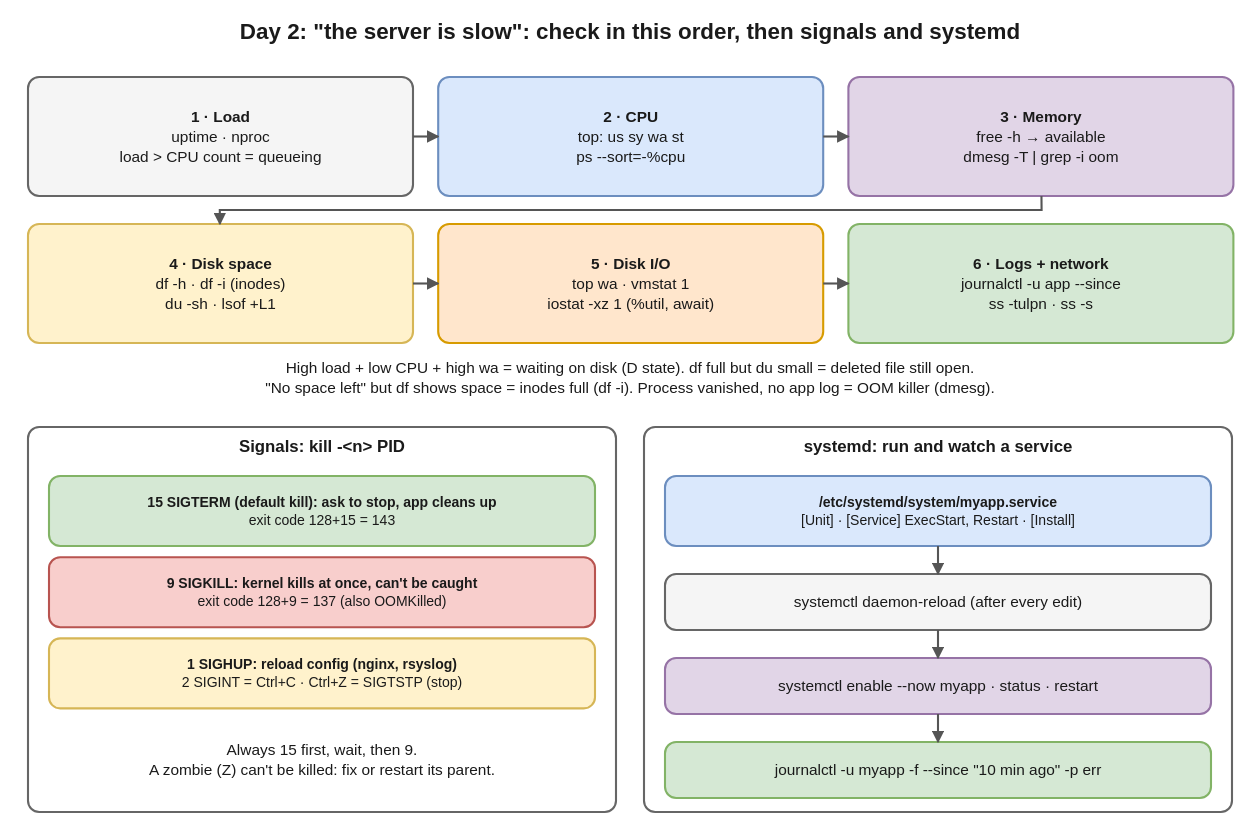
The draw.io diagram interview-prep/interviews/preparation/15-day-plan/diagrams/d2-slow-server-triage.drawio.svg in suraj9741/interview, before a commit. Source tidied: cells renumbered, new cells last; positions are measured from the earlier drawing's top-left corner, leaving out a move shared by most shapes.
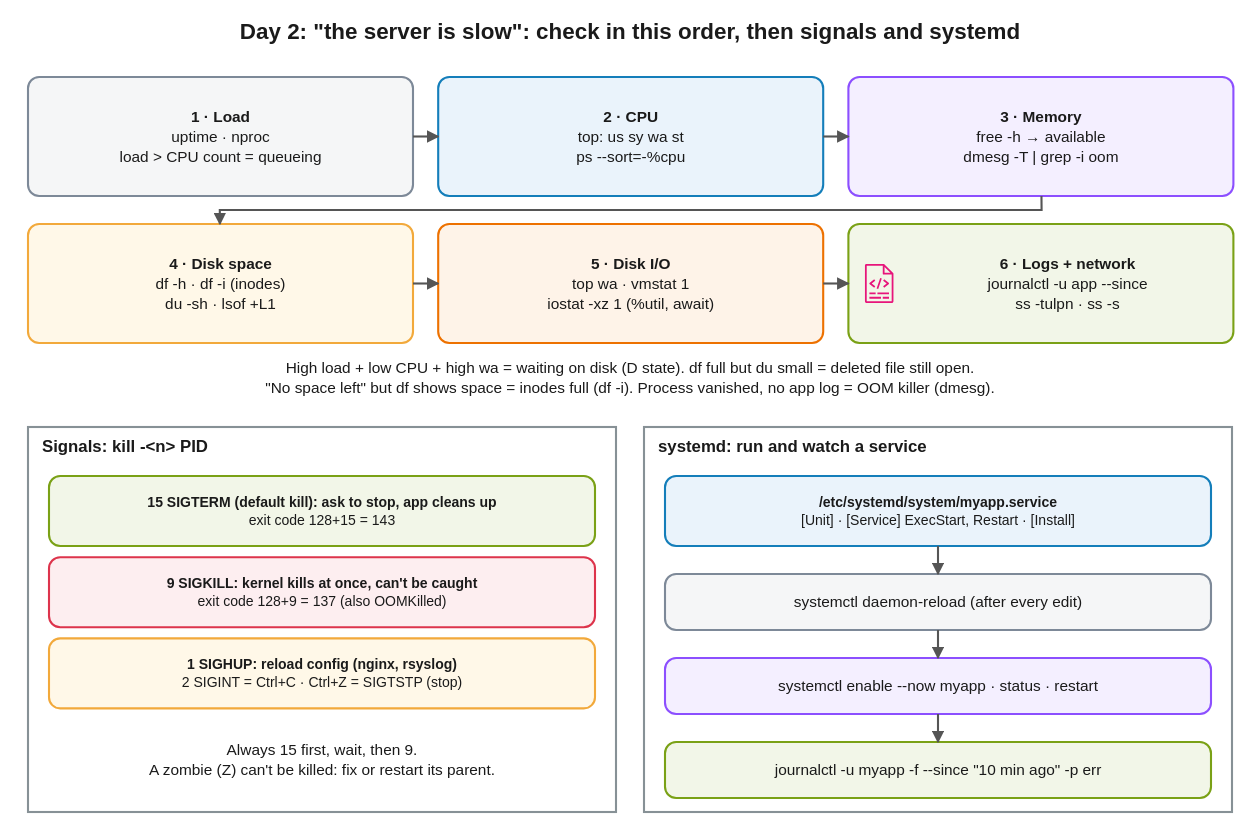
The same file after the commit.

Change to the diagram source:
```diff
@@ -5,55 +5,58 @@
     <mxCell id="2" value="Day 2: &quot;the server is slow&quot;: check in this order, then signals and systemd" style="text;strokeColor=none;fillColor=none;whiteSpace=wrap;html=1;fontSize=16;fontColor=#1a1a1a;fontFamily=Helvetica;align=center;verticalAlign=middle;fontStyle=1;" parent="1" vertex="1">
       <mxGeometry width="900" height="28" as="geometry" />
     </mxCell>
-    <mxCell id="3" value="&lt;b&gt;1 · Load&lt;/b&gt;&lt;br&gt;uptime · nproc&lt;br&gt;load &amp;gt; CPU count = queueing" style="rounded=1;absoluteArcSize=1;arcSize=16;fillColor=#f5f5f5;strokeColor=#666666;strokeWidth=1.5;whiteSpace=wrap;html=1;fontSize=11;fontColor=#1a1a1a;fontFamily=Helvetica;align=center;verticalAlign=middle;" parent="1" vertex="1">
+    <mxCell id="3" value="&lt;b&gt;1 · Load&lt;/b&gt;&lt;br&gt;uptime · nproc&lt;br&gt;load &amp;gt; CPU count = queueing" style="rounded=1;absoluteArcSize=1;arcSize=16;fillColor=#F5F6F7;strokeColor=#7D8998;strokeWidth=1.5;whiteSpace=wrap;html=1;fontSize=11;fontColor=#1a1a1a;fontFamily=Helvetica;align=center;verticalAlign=middle;" parent="1" vertex="1">
       <mxGeometry x="20" y="47" width="275" height="85" as="geometry" />
     </mxCell>
-    <mxCell id="4" value="&lt;b&gt;2 · CPU&lt;/b&gt;&lt;br&gt;top: us sy wa st&lt;br&gt;ps --sort=-%cpu" style="rounded=1;absoluteArcSize=1;arcSize=16;fillColor=#dae8fc;strokeColor=#6c8ebf;strokeWidth=1.5;whiteSpace=wrap;html=1;fontSize=11;fontColor=#1a1a1a;fontFamily=Helvetica;align=center;verticalAlign=middle;" parent="1" vertex="1">
+    <mxCell id="4" value="&lt;b&gt;2 · CPU&lt;/b&gt;&lt;br&gt;top: us sy wa st&lt;br&gt;ps --sort=-%cpu" style="rounded=1;absoluteArcSize=1;arcSize=16;fillColor=#EAF3FB;strokeColor=#147EBA;strokeWidth=1.5;whiteSpace=wrap;html=1;fontSize=11;fontColor=#1a1a1a;fontFamily=Helvetica;align=center;verticalAlign=middle;" parent="1" vertex="1">
       <mxGeometry x="313" y="47" width="275" height="85" as="geometry" />
     </mxCell>
-    <mxCell id="5" value="&lt;b&gt;3 · Memory&lt;/b&gt;&lt;br&gt;free -h → available&lt;br&gt;dmesg -T | grep -i oom" style="rounded=1;absoluteArcSize=1;arcSize=16;fillColor=#e1d5e7;strokeColor=#9673a6;strokeWidth=1.5;whiteSpace=wrap;html=1;fontSize=11;fontColor=#1a1a1a;fontFamily=Helvetica;align=center;verticalAlign=middle;" parent="1" vertex="1">
+    <mxCell id="5" value="&lt;b&gt;3 · Memory&lt;/b&gt;&lt;br&gt;free -h → available&lt;br&gt;dmesg -T | grep -i oom" style="rounded=1;absoluteArcSize=1;arcSize=16;fillColor=#F4EFFF;strokeColor=#8C4FFF;strokeWidth=1.5;whiteSpace=wrap;html=1;fontSize=11;fontColor=#1a1a1a;fontFamily=Helvetica;align=center;verticalAlign=middle;" parent="1" vertex="1">
       <mxGeometry x="606" y="47" width="275" height="85" as="geometry" />
     </mxCell>
-    <mxCell id="6" value="&lt;b&gt;4 · Disk space&lt;/b&gt;&lt;br&gt;df -h · df -i (inodes)&lt;br&gt;du -sh · lsof +L1" style="rounded=1;absoluteArcSize=1;arcSize=16;fillColor=#fff2cc;strokeColor=#d6b656;strokeWidth=1.5;whiteSpace=wrap;html=1;fontSize=11;fontColor=#1a1a1a;fontFamily=Helvetica;align=center;verticalAlign=middle;" parent="1" vertex="1">
+    <mxCell id="6" value="&lt;b&gt;4 · Disk space&lt;/b&gt;&lt;br&gt;df -h · df -i (inodes)&lt;br&gt;du -sh · lsof +L1" style="rounded=1;absoluteArcSize=1;arcSize=16;fillColor=#FFF8E8;strokeColor=#F2A93B;strokeWidth=1.5;whiteSpace=wrap;html=1;fontSize=11;fontColor=#1a1a1a;fontFamily=Helvetica;align=center;verticalAlign=middle;" parent="1" vertex="1">
       <mxGeometry x="20" y="152" width="275" height="85" as="geometry" />
     </mxCell>
-    <mxCell id="7" value="&lt;b&gt;5 · Disk I/O&lt;/b&gt;&lt;br&gt;top wa · vmstat 1&lt;br&gt;iostat -xz 1 (%util, await)" style="rounded=1;absoluteArcSize=1;arcSize=16;fillColor=#ffe6cc;strokeColor=#d79b00;strokeWidth=1.5;whiteSpace=wrap;html=1;fontSize=11;fontColor=#1a1a1a;fontFamily=Helvetica;align=center;verticalAlign=middle;" parent="1" vertex="1">
+    <mxCell id="7" value="&lt;b&gt;5 · Disk I/O&lt;/b&gt;&lt;br&gt;top wa · vmstat 1&lt;br&gt;iostat -xz 1 (%util, await)" style="rounded=1;absoluteArcSize=1;arcSize=16;fillColor=#FEF3E8;strokeColor=#ED7100;strokeWidth=1.5;whiteSpace=wrap;html=1;fontSize=11;fontColor=#1a1a1a;fontFamily=Helvetica;align=center;verticalAlign=middle;" parent="1" vertex="1">
       <mxGeometry x="313" y="152" width="275" height="85" as="geometry" />
     </mxCell>
-    <mxCell id="8" value="&lt;b&gt;6 · Logs + network&lt;/b&gt;&lt;br&gt;journalctl -u app --since&lt;br&gt;ss -tulpn · ss -s" style="rounded=1;absoluteArcSize=1;arcSize=16;fillColor=#d5e8d4;strokeColor=#82b366;strokeWidth=1.5;whiteSpace=wrap;html=1;fontSize=11;fontColor=#1a1a1a;fontFamily=Helvetica;align=center;verticalAlign=middle;" parent="1" vertex="1">
+    <mxCell id="8" value="&lt;b&gt;6 · Logs + network&lt;/b&gt;&lt;br&gt;journalctl -u app --since&lt;br&gt;ss -tulpn · ss -s" style="rounded=1;absoluteArcSize=1;arcSize=16;fillColor=#F2F6E8;strokeColor=#7AA116;strokeWidth=1.5;whiteSpace=wrap;html=1;fontSize=11;fontColor=#1a1a1a;fontFamily=Helvetica;align=center;verticalAlign=middle;spacingLeft=38;" parent="1" vertex="1">
       <mxGeometry x="606" y="152" width="275" height="85" as="geometry" />
     </mxCell>
+    <mxCell id="28" style="sketch=0;fontColor=#232F3E;gradientColor=none;dashed=0;verticalLabelPosition=bottom;verticalAlign=top;align=center;html=1;fontSize=12;fontStyle=0;fillColor=#E7157B;strokeColor=none;shape=mxgraph.aws4.logs;" parent="1" vertex="1">
+      <mxGeometry x="614" y="180.5" width="28" height="28" as="geometry" />
+    </mxCell>
     <mxCell id="9" value="High load + low CPU + high wa = waiting on disk (D state). df full but du small = deleted file still open.&lt;br&gt;&quot;No space left&quot; but df shows space = inodes full (df -i). Process vanished, no app log = OOM killer (dmesg)." style="text;strokeColor=none;fillColor=none;whiteSpace=wrap;html=1;fontSize=11;fontColor=#1a1a1a;fontFamily=Helvetica;align=center;verticalAlign=middle;" parent="1" vertex="1">
       <mxGeometry x="20" y="242" width="860" height="40" as="geometry" />
     </mxCell>
-    <mxCell id="10" value="Signals: kill -&amp;lt;n&amp;gt; PID" style="rounded=1;absoluteArcSize=1;arcSize=16;fillColor=#ffffff;strokeColor=#666666;strokeWidth=1.5;whiteSpace=wrap;html=1;fontSize=12;fontColor=#1a1a1a;fontFamily=Helvetica;align=center;verticalAlign=top;fontStyle=1;spacingTop=2;spacingBottom=2;" parent="1" vertex="1">
+    <mxCell id="10" value="Signals: kill -&amp;lt;n&amp;gt; PID" style="rounded=0;fillColor=#FFFFFF;strokeColor=#879196;strokeWidth=1.5;whiteSpace=wrap;html=1;fontSize=12;fontColor=#1a1a1a;fontFamily=Helvetica;align=left;verticalAlign=top;fontStyle=1;spacingLeft=8;spacingTop=2;spacingBottom=2;" parent="1" vertex="1">
       <mxGeometry x="20" y="297" width="420" height="275" as="geometry" />
     </mxCell>
-    <mxCell id="11" value="&lt;b&gt;15 SIGTERM (default kill): ask to stop, app cleans up&lt;/b&gt;&lt;br&gt;exit code 128+15 = 143" style="rounded=1;absoluteArcSize=1;arcSize=16;fillColor=#d5e8d4;strokeColor=#82b366;strokeWidth=1.5;whiteSpace=wrap;html=1;fontSize=10;fontColor=#1a1a1a;fontFamily=Helvetica;align=center;verticalAlign=middle;" parent="1" vertex="1">
+    <mxCell id="11" value="&lt;b&gt;15 SIGTERM (default kill): ask to stop, app cleans up&lt;/b&gt;&lt;br&gt;exit code 128+15 = 143" style="rounded=1;absoluteArcSize=1;arcSize=16;fillColor=#F2F6E8;strokeColor=#7AA116;strokeWidth=1.5;whiteSpace=wrap;html=1;fontSize=10;fontColor=#1a1a1a;fontFamily=Helvetica;align=center;verticalAlign=middle;" parent="1" vertex="1">
       <mxGeometry x="35" y="332" width="390" height="50" as="geometry" />
     </mxCell>
-    <mxCell id="12" value="&lt;b&gt;9 SIGKILL: kernel kills at once, can't be caught&lt;/b&gt;&lt;br&gt;exit code 128+9 = 137 (also OOMKilled)" style="rounded=1;absoluteArcSize=1;arcSize=16;fillColor=#f8cecc;strokeColor=#b85450;strokeWidth=1.5;whiteSpace=wrap;html=1;fontSize=10;fontColor=#1a1a1a;fontFamily=Helvetica;align=center;verticalAlign=middle;" parent="1" vertex="1">
+    <mxCell id="12" value="&lt;b&gt;9 SIGKILL: kernel kills at once, can't be caught&lt;/b&gt;&lt;br&gt;exit code 128+9 = 137 (also OOMKilled)" style="rounded=1;absoluteArcSize=1;arcSize=16;fillColor=#FDEEF0;strokeColor=#DD344C;strokeWidth=1.5;whiteSpace=wrap;html=1;fontSize=10;fontColor=#1a1a1a;fontFamily=Helvetica;align=center;verticalAlign=middle;" parent="1" vertex="1">
       <mxGeometry x="35" y="390" width="390" height="50" as="geometry" />
     </mxCell>
-    <mxCell id="13" value="&lt;b&gt;1 SIGHUP: reload config (nginx, rsyslog)&lt;/b&gt;&lt;br&gt;2 SIGINT = Ctrl+C · Ctrl+Z = SIGTSTP (stop)" style="rounded=1;absoluteArcSize=1;arcSize=16;fillColor=#fff2cc;strokeColor=#d6b656;strokeWidth=1.5;whiteSpace=wrap;html=1;fontSize=10;fontColor=#1a1a1a;fontFamily=Helvetica;align=center;verticalAlign=middle;" parent="1" vertex="1">
+    <mxCell id="13" value="&lt;b&gt;1 SIGHUP: reload config (nginx, rsyslog)&lt;/b&gt;&lt;br&gt;2 SIGINT = Ctrl+C · Ctrl+Z = SIGTSTP (stop)" style="rounded=1;absoluteArcSize=1;arcSize=16;fillColor=#FFF8E8;strokeColor=#F2A93B;strokeWidth=1.5;whiteSpace=wrap;html=1;fontSize=10;fontColor=#1a1a1a;fontFamily=Helvetica;align=center;verticalAlign=middle;" parent="1" vertex="1">
       <mxGeometry x="35" y="448" width="390" height="50" as="geometry" />
     </mxCell>
     <mxCell id="14" value="Always 15 first, wait, then 9.&lt;br&gt;A zombie (Z) can't be killed: fix or restart its parent." style="text;strokeColor=none;fillColor=none;whiteSpace=wrap;html=1;fontSize=11;fontColor=#1a1a1a;fontFamily=Helvetica;align=center;verticalAlign=middle;" parent="1" vertex="1">
       <mxGeometry x="35" y="507" width="390" height="55" as="geometry" />
     </mxCell>
-    <mxCell id="15" value="systemd: run and watch a service" style="rounded=1;absoluteArcSize=1;arcSize=16;fillColor=#ffffff;strokeColor=#666666;strokeWidth=1.5;whiteSpace=wrap;html=1;fontSize=12;fontColor=#1a1a1a;fontFamily=Helvetica;align=center;verticalAlign=top;fontStyle=1;spacingTop=2;spacingBottom=2;" parent="1" vertex="1">
+    <mxCell id="15" value="systemd: run and watch a service" style="rounded=0;fillColor=#FFFFFF;strokeColor=#879196;strokeWidth=1.5;whiteSpace=wrap;html=1;fontSize=12;fontColor=#1a1a1a;fontFamily=Helvetica;align=left;verticalAlign=top;fontStyle=1;spacingLeft=8;spacingTop=2;spacingBottom=2;" parent="1" vertex="1">
       <mxGeometry x="460" y="297" width="420" height="275" as="geometry" />
     </mxCell>
-    <mxCell id="16" value="&lt;b&gt;/etc/systemd/system/myapp.service&lt;/b&gt;&lt;br&gt;[Unit] · [Service] ExecStart, Restart · [Install]" style="rounded=1;absoluteArcSize=1;arcSize=16;fillColor=#dae8fc;strokeColor=#6c8ebf;strokeWidth=1.5;whiteSpace=wrap;html=1;fontSize=10;fontColor=#1a1a1a;fontFamily=Helvetica;align=center;verticalAlign=middle;" parent="1" vertex="1">
+    <mxCell id="16" value="&lt;b&gt;/etc/systemd/system/myapp.service&lt;/b&gt;&lt;br&gt;[Unit] · [Service] ExecStart, Restart · [Install]" style="rounded=1;absoluteArcSize=1;arcSize=16;fillColor=#EAF3FB;strokeColor=#147EBA;strokeWidth=1.5;whiteSpace=wrap;html=1;fontSize=10;fontColor=#1a1a1a;fontFamily=Helvetica;align=center;verticalAlign=middle;" parent="1" vertex="1">
       <mxGeometry x="475" y="332" width="390" height="50" as="geometry" />
     </mxCell>
-    <mxCell id="17" value="systemctl daemon-reload  (after every edit)" style="rounded=1;absoluteArcSize=1;arcSize=16;fillColor=#f5f5f5;strokeColor=#666666;strokeWidth=1.5;whiteSpace=wrap;html=1;fontSize=11;fontColor=#1a1a1a;fontFamily=Helvetica;align=center;verticalAlign=middle;" parent="1" vertex="1">
+    <mxCell id="17" value="systemctl daemon-reload  (after every edit)" style="rounded=1;absoluteArcSize=1;arcSize=16;fillColor=#F5F6F7;strokeColor=#7D8998;strokeWidth=1.5;whiteSpace=wrap;html=1;fontSize=11;fontColor=#1a1a1a;fontFamily=Helvetica;align=center;verticalAlign=middle;" parent="1" vertex="1">
       <mxGeometry x="475" y="402" width="390" height="40" as="geometry" />
     </mxCell>
-    <mxCell id="18" value="systemctl enable --now myapp · status · restart" style="rounded=1;absoluteArcSize=1;arcSize=16;fillColor=#e1d5e7;strokeColor=#9673a6;strokeWidth=1.5;whiteSpace=wrap;html=1;fontSize=11;fontColor=#1a1a1a;fontFamily=Helvetica;align=center;verticalAlign=middle;" parent="1" vertex="1">
+    <mxCell id="18" value="systemctl enable --now myapp · status · restart" style="rounded=1;absoluteArcSize=1;arcSize=16;fillColor=#F4EFFF;strokeColor=#8C4FFF;strokeWidth=1.5;whiteSpace=wrap;html=1;fontSize=11;fontColor=#1a1a1a;fontFamily=Helvetica;align=center;verticalAlign=middle;" parent="1" vertex="1">
       <mxGeometry x="475" y="462" width="390" height="40" as="geometry" />
     </mxCell>
-    <mxCell id="19" value="journalctl -u myapp -f --since &quot;10 min ago&quot; -p err" style="rounded=1;absoluteArcSize=1;arcSize=16;fillColor=#d5e8d4;strokeColor=#82b366;strokeWidth=1.5;whiteSpace=wrap;html=1;fontSize=11;fontColor=#1a1a1a;fontFamily=Helvetica;align=center;verticalAlign=middle;" parent="1" vertex="1">
+    <mxCell id="19" value="journalctl -u myapp -f --since &quot;10 min ago&quot; -p err" style="rounded=1;absoluteArcSize=1;arcSize=16;fillColor=#F2F6E8;strokeColor=#7AA116;strokeWidth=1.5;whiteSpace=wrap;html=1;fontSize=11;fontColor=#1a1a1a;fontFamily=Helvetica;align=center;verticalAlign=middle;" parent="1" vertex="1">
       <mxGeometry x="475" y="522" width="390" height="40" as="geometry" />
     </mxCell>
     <mxCell id="20" style="html=1;rounded=0;endArrow=classic;endFill=1;strokeColor=#555555;strokeWidth=1.5;fontSize=10;fontColor=#1a1a1a;labelBackgroundColor=#ffffff;startArrow=none;" parent="1" edge="1" source="3" target="4">
```
